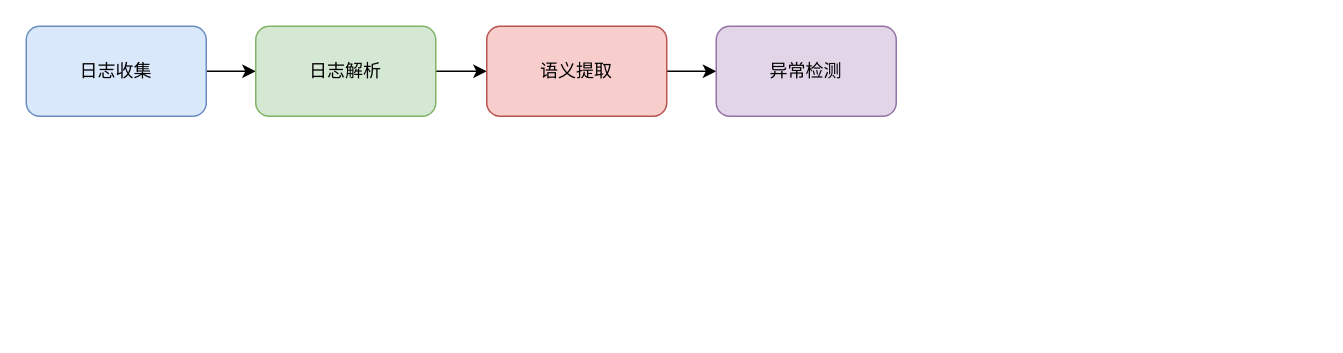
The draw.io diagram 2.1日志异常检测一般流程图.drawio in Gleiphir2769/my-draw, before the edit. Source tidied: cells renumbered, new cells numbered last; positions are measured from the earlier drawing's top-left corner, leaving out a move shared by most shapes. Both pictures are drawn from the tidied source at 150%, with x=0, y=0 at pixel (26, 26).
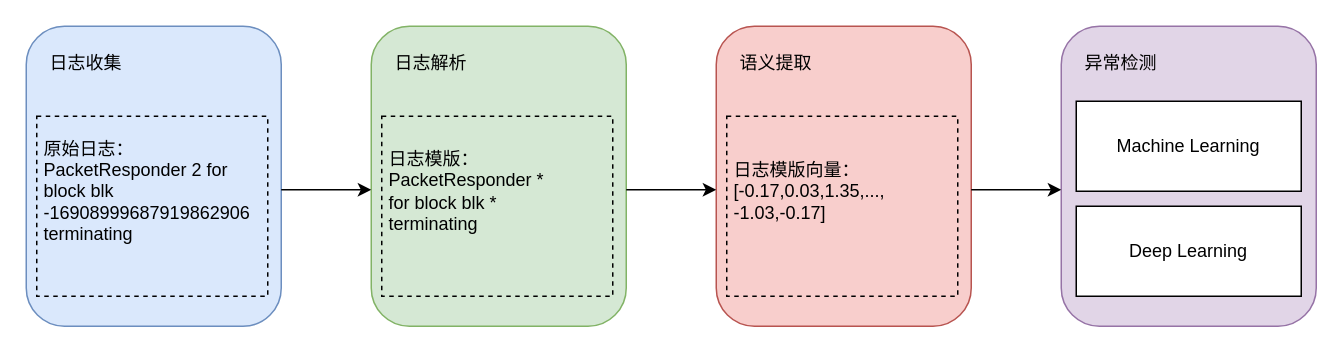
The same page after the edit.

Commit message (it also covers changes not shown here):
更新2.1日志异常检测一般流程图.drawio

Diff of the diagram source:
```diff
@@
-    <mxCell id="2" style="edgeStyle=orthogonalEdgeStyle;rounded=0;jettySize=auto;html=1;" parent="1" edge="1" source="3" target="5">
-      <mxGeometry relative="1" as="geometry" />
-    </mxCell>
-    <mxCell id="3" value="日志收集" style="rounded=1;whiteSpace=wrap;html=1;fillColor=#dae8fc;strokeColor=#6c8ebf;" parent="1" vertex="1">
-      <mxGeometry width="120" height="60" as="geometry" />
+    <mxCell id="3" style="rounded=1;whiteSpace=wrap;html=1;fillColor=#dae8fc;strokeColor=#6c8ebf;" parent="1" vertex="1">
+      <mxGeometry width="170" height="200" as="geometry" />
     </mxCell>
-    <mxCell id="4" style="edgeStyle=orthogonalEdgeStyle;rounded=0;jettySize=auto;html=1;" parent="1" edge="1" source="5" target="7">
-      <mxGeometry relative="1" as="geometry" />
-    </mxCell>
+    <mxCell id="9" value="日志收集" style="text;html=1;align=center;verticalAlign=middle;whiteSpace=wrap;rounded=0;" parent="1" vertex="1">
+      <mxGeometry x="10" y="10" width="60" height="30" as="geometry" />
+    </mxCell>
+    <mxCell id="10" style="rounded=0;whiteSpace=wrap;html=1;dashed=1;fillColor=none;" parent="1" vertex="1">
+      <mxGeometry x="7" y="60" width="154" height="120" as="geometry" />
+    </mxCell>
+    <mxCell id="11" value="原始日志：PacketResponder 2 for block blk -16908999687919862906 terminating" style="text;html=1;align=left;verticalAlign=middle;whiteSpace=wrap;rounded=0;" parent="1" vertex="1">
+      <mxGeometry x="10" y="70" width="120" height="80" as="geometry" />
+    </mxCell>
+    <mxCell id="12" style="rounded=1;whiteSpace=wrap;html=1;fillColor=#d5e8d4;strokeColor=#82b366;" parent="1" vertex="1">
+      <mxGeometry x="230" width="170" height="200" as="geometry" />
+    </mxCell>
-    <mxCell id="5" value="日志解析" style="rounded=1;whiteSpace=wrap;html=1;fillColor=#d5e8d4;strokeColor=#82b366;" parent="1" vertex="1">
-      <mxGeometry x="153" width="120" height="60" as="geometry" />
+    <mxCell id="5" value="日志解析" style="text;html=1;align=center;verticalAlign=middle;whiteSpace=wrap;rounded=0;" parent="1" vertex="1">
+      <mxGeometry x="240" y="10" width="60" height="30" as="geometry" />
     </mxCell>
-    <mxCell id="6" style="edgeStyle=orthogonalEdgeStyle;rounded=0;jettySize=auto;html=1;" parent="1" edge="1" source="7" target="8">
-      <mxGeometry relative="1" as="geometry" />
-    </mxCell>
+    <mxCell id="13" style="rounded=0;whiteSpace=wrap;html=1;dashed=1;fillColor=none;" parent="1" vertex="1">
+      <mxGeometry x="237" y="60" width="154" height="120" as="geometry" />
+    </mxCell>
+    <mxCell id="14" value="日志模版：PacketResponder * for block blk * terminating" style="text;html=1;align=left;verticalAlign=middle;whiteSpace=wrap;rounded=0;" parent="1" vertex="1">
+      <mxGeometry x="240" y="70" width="120" height="80" as="geometry" />
+    </mxCell>
+    <mxCell id="15" style="rounded=1;whiteSpace=wrap;html=1;fillColor=#f8cecc;strokeColor=#b85450;" parent="1" vertex="1">
+      <mxGeometry x="460" width="170" height="200" as="geometry" />
+    </mxCell>
-    <mxCell id="7" value="语义提取" style="rounded=1;whiteSpace=wrap;html=1;fillColor=#f8cecc;strokeColor=#b85450;" parent="1" vertex="1">
-      <mxGeometry x="307" width="120" height="60" as="geometry" />
+    <mxCell id="7" value="语义提取" style="text;html=1;align=center;verticalAlign=middle;whiteSpace=wrap;rounded=0;" parent="1" vertex="1">
+      <mxGeometry x="470" y="10" width="60" height="30" as="geometry" />
     </mxCell>
+    <mxCell id="16" style="rounded=0;whiteSpace=wrap;html=1;dashed=1;fillColor=none;" parent="1" vertex="1">
+      <mxGeometry x="467" y="60" width="154" height="120" as="geometry" />
+    </mxCell>
+    <mxCell id="17" value="日志模版向量：[-0.17,0.03,1.35,...,&lt;br&gt;-1.03,-0.17]" style="text;html=1;align=left;verticalAlign=middle;whiteSpace=wrap;rounded=0;" parent="1" vertex="1">
+      <mxGeometry x="470" y="70" width="120" height="80" as="geometry" />
+    </mxCell>
+    <mxCell id="18" style="rounded=1;whiteSpace=wrap;html=1;fillColor=#e1d5e7;strokeColor=#9673a6;" parent="1" vertex="1">
+      <mxGeometry x="690" width="170" height="200" as="geometry" />
+    </mxCell>
-    <mxCell id="8" value="异常检测" style="rounded=1;whiteSpace=wrap;html=1;fillColor=#e1d5e7;strokeColor=#9673a6;" parent="1" vertex="1">
-      <mxGeometry x="460" width="120" height="60" as="geometry" />
+    <mxCell id="8" value="异常检测" style="text;html=1;align=center;verticalAlign=middle;whiteSpace=wrap;rounded=0;" parent="1" vertex="1">
+      <mxGeometry x="700" y="10" width="60" height="30" as="geometry" />
     </mxCell>
+    <mxCell id="19" value="Machine Learning" style="rounded=0;whiteSpace=wrap;html=1;" parent="1" vertex="1">
+      <mxGeometry x="700" y="50" width="150" height="60" as="geometry" />
+    </mxCell>
+    <mxCell id="20" value="Deep Learning" style="rounded=0;whiteSpace=wrap;html=1;" parent="1" vertex="1">
+      <mxGeometry x="700" y="120" width="150" height="60" as="geometry" />
+    </mxCell>
+    <mxCell id="21" style="endArrow=classic;html=1;rounded=0;" parent="1" edge="1">
+      <mxGeometry relative="1" as="geometry">
+        <mxPoint x="170" y="109" as="sourcePoint" />
+        <mxPoint x="230" y="109" as="targetPoint" />
+      </mxGeometry>
+    </mxCell>
+    <mxCell id="22" style="endArrow=classic;html=1;rounded=0;" parent="1" edge="1">
+      <mxGeometry relative="1" as="geometry">
+        <mxPoint x="400" y="109" as="sourcePoint" />
+        <mxPoint x="460" y="109" as="targetPoint" />
+      </mxGeometry>
+    </mxCell>
+    <mxCell id="23" style="endArrow=classic;html=1;rounded=0;" parent="1" edge="1">
+      <mxGeometry relative="1" as="geometry">
+        <mxPoint x="630" y="109" as="sourcePoint" />
+        <mxPoint x="690" y="109" as="targetPoint" />
+      </mxGeometry>
+    </mxCell>
```
